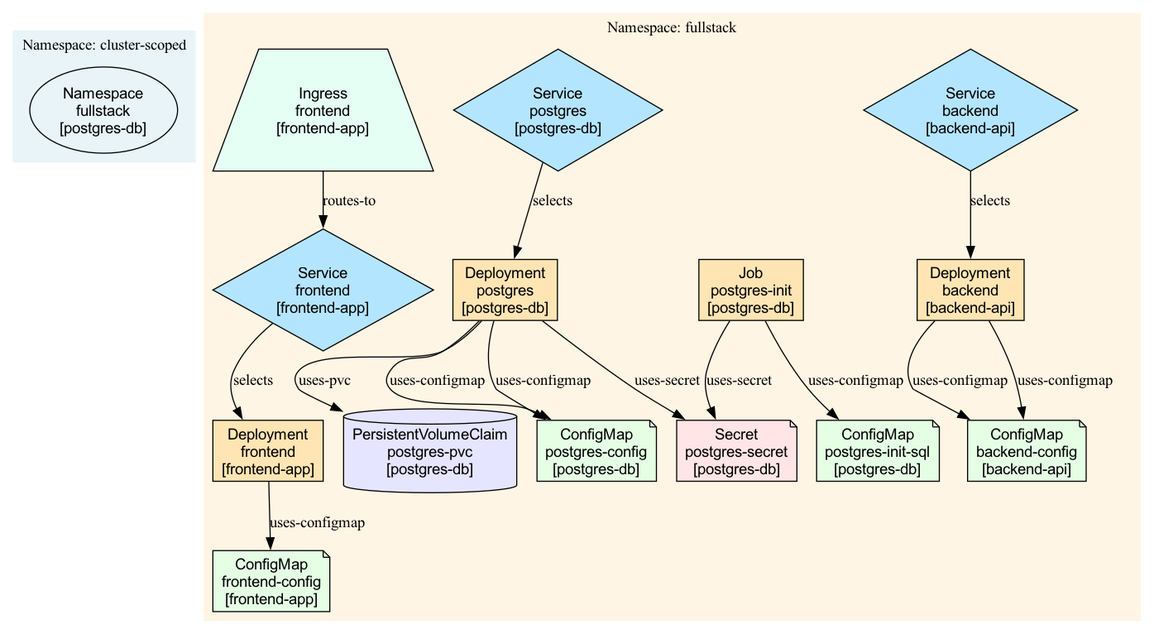
Above: examples/fullstack/docs/visualization.png in jasonzh0/kubeman (Graphviz), before the change. Its source is kept beside it as examples/fullstack/docs/visualization.dot. The source it was exported from:
```dot
digraph G {
    rankdir="TB";
    node [fontname="Arial"];

    subgraph cluster_cluster_scoped {
        label="Namespace: cluster-scoped";
        style="filled";
        color="#E8F4F8";
        fontcolor="black";

        namespace_fullstack [label="Namespace
fullstack
[postgres-db]", style="filled", fillcolor="#E8F4F8", shape="ellipse"];
    }

    subgraph cluster_fullstack {
        label="Namespace: fullstack";
        style="filled";
        color="#FFF5E5";
        fontcolor="black";

        configmap_frontend_config_fullstack [label="ConfigMap
frontend-config
[frontend-app]", style="filled", fillcolor="#E5FFE5", shape="note"];
        deployment_frontend_fullstack [label="Deployment
frontend
[frontend-app]", style="filled", fillcolor="#FFE5B4", shape="box"];
        ingress_frontend_fullstack [label="Ingress
frontend
[frontend-app]", style="filled", fillcolor="#E5FFF5", shape="trapezium"];
        service_frontend_fullstack [label="Service
frontend
[frontend-app]", style="filled", fillcolor="#B4E5FF", shape="diamond"];
        configmap_postgres_init_sql_fullstack [label="ConfigMap
postgres-init-sql
[postgres-db]", style="filled", fillcolor="#E5FFE5", shape="note"];
        deployment_postgres_fullstack [label="Deployment
postgres
[postgres-db]", style="filled", fillcolor="#FFE5B4", shape="box"];
        configmap_postgres_config_fullstack [label="ConfigMap
postgres-config
[postgres-db]", style="filled", fillcolor="#E5FFE5", shape="note"];
        persistentvolumeclaim_postgres_pvc_fullstack [label="PersistentVolumeClaim
postgres-pvc
[postgres-db]", style="filled", fillcolor="#E5E5FF", shape="cylinder"];
        service_postgres_fullstack [label="Service
postgres
[postgres-db]", style="filled", fillcolor="#B4E5FF", shape="diamond"];
        job_postgres_init_fullstack [label="Job
postgres-init
[postgres-db]", style="filled", fillcolor="#FFE5B4", shape="box"];
        secret_postgres_secret_fullstack [label="Secret
postgres-secret
[postgres-db]", style="filled", fillcolor="#FFE5E5", shape="note"];
        configmap_backend_config_fullstack [label="ConfigMap
backend-config
[backend-api]", style="filled", fillcolor="#E5FFE5", shape="note"];
        service_backend_fullstack [label="Service
backend
[backend-api]", style="filled", fillcolor="#B4E5FF", shape="diamond"];
        deployment_backend_fullstack [label="Deployment
backend
[backend-api]", style="filled", fillcolor="#FFE5B4", shape="box"];
    }

    deployment_frontend_fullstack -> configmap_frontend_config_fullstack [label="uses-configmap"];
    ingress_frontend_fullstack -> service_frontend_fullstack [label="routes-to"];
    service_frontend_fullstack -> deployment_frontend_fullstack [label="selects"];
    deployment_postgres_fullstack -> configmap_postgres_config_fullstack [label="uses-configmap"];
    deployment_postgres_fullstack -> configmap_postgres_config_fullstack [label="uses-configmap"];
    deployment_postgres_fullstack -> secret_postgres_secret_fullstack [label="uses-secret"];
    deployment_postgres_fullstack -> persistentvolumeclaim_postgres_pvc_fullstack [label="uses-pvc"];
    service_postgres_fullstack -> deployment_postgres_fullstack [label="selects"];
    job_postgres_init_fullstack -> secret_postgres_secret_fullstack [label="uses-secret"];
    job_postgres_init_fullstack -> configmap_postgres_init_sql_fullstack [label="uses-configmap"];
    service_backend_fullstack -> deployment_backend_fullstack [label="selects"];
    deployment_backend_fullstack -> configmap_backend_config_fullstack [label="uses-configmap"];
    deployment_backend_fullstack -> configmap_backend_config_fullstack [label="uses-configmap"];
}
```
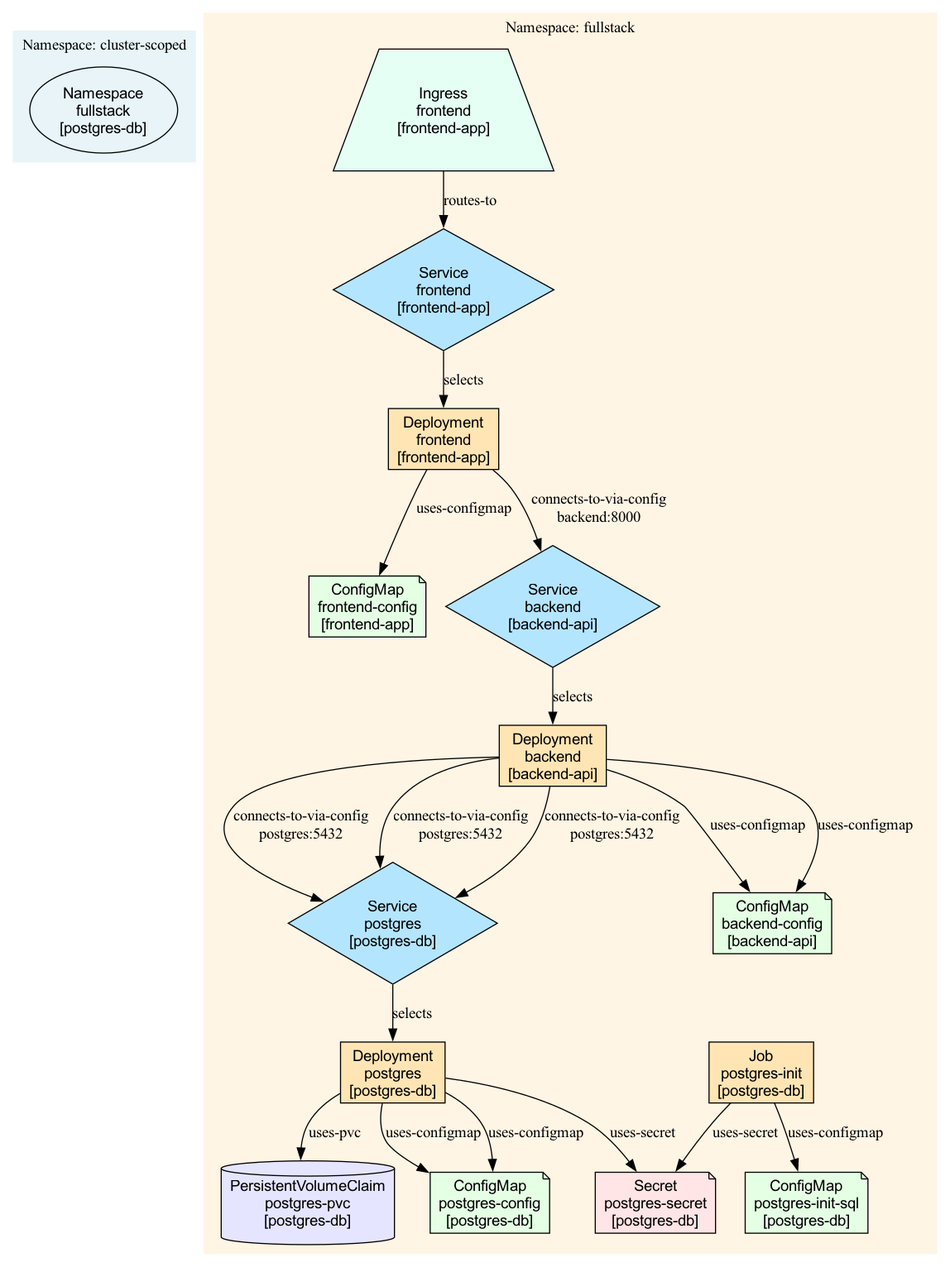
Later version of the same file.

Change to the diagram source:
```diff
@@ -63,6 +63,7 @@
 [backend-api]", style="filled", fillcolor="#FFE5B4", shape="box"];
     }
 
+    deployment_frontend_fullstack -> service_backend_fullstack [label="connects-to-via-config\nbackend:8000"];
     deployment_frontend_fullstack -> configmap_frontend_config_fullstack [label="uses-configmap"];
     ingress_frontend_fullstack -> service_frontend_fullstack [label="routes-to"];
     service_frontend_fullstack -> deployment_frontend_fullstack [label="selects"];
@@ -73,7 +74,10 @@
     service_postgres_fullstack -> deployment_postgres_fullstack [label="selects"];
     job_postgres_init_fullstack -> secret_postgres_secret_fullstack [label="uses-secret"];
     job_postgres_init_fullstack -> configmap_postgres_init_sql_fullstack [label="uses-configmap"];
+    deployment_backend_fullstack -> service_postgres_fullstack [label="connects-to-via-config\npostgres:5432"];
     service_backend_fullstack -> deployment_backend_fullstack [label="selects"];
     deployment_backend_fullstack -> configmap_backend_config_fullstack [label="uses-configmap"];
+    deployment_backend_fullstack -> service_postgres_fullstack [label="connects-to-via-config\npostgres:5432"];
     deployment_backend_fullstack -> configmap_backend_config_fullstack [label="uses-configmap"];
+    deployment_backend_fullstack -> service_postgres_fullstack [label="connects-to-via-config\npostgres:5432"];
 }
```
